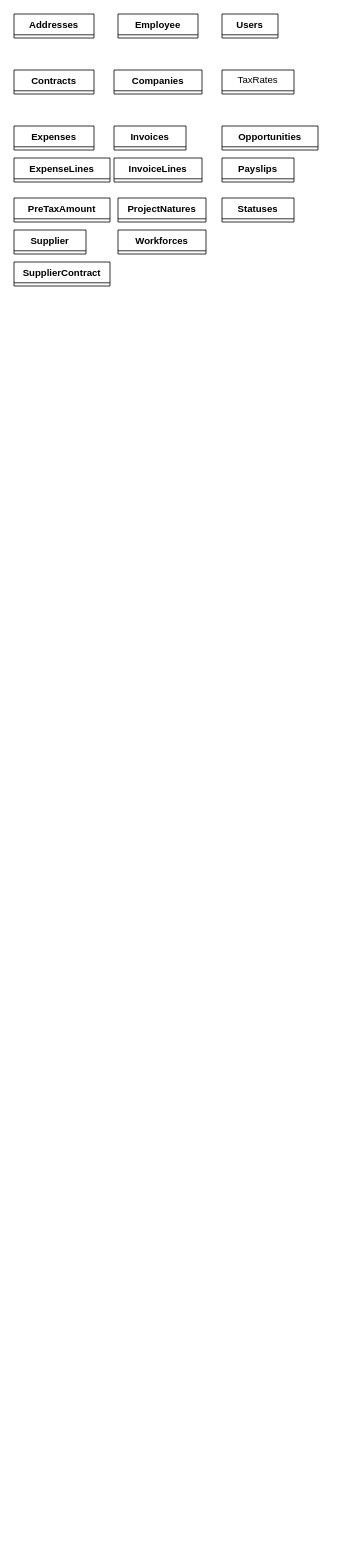
Earlier version of the draw.io diagram Diagramme sans nom.drawio (Eaulmesse/upit_erp_dev). Source tidied: cells renumbered, new cells numbered last; positions are measured from the earlier drawing's top-left corner, leaving out a move shared by most shapes. Both pictures are drawn from the tidied source at 80%, with x=0, y=0 at pixel (14, 14).
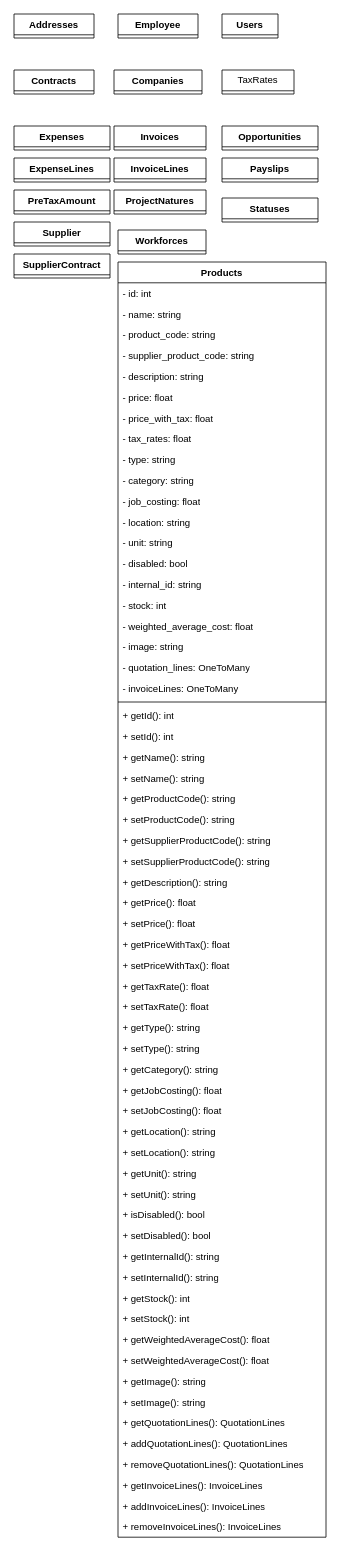
Above is the later version.

The edit, as a diff of the source:
```diff
@@
     <mxCell id="8" value="Expenses" style="swimlane;fontStyle=1;align=center;verticalAlign=top;horizontal=1;startSize=26;whiteSpace=wrap;html=1;" parent="1" vertex="1" collapsed="1">
-      <mxGeometry y="140" width="100" height="30" as="geometry" />
+      <mxGeometry y="140" width="120" height="30" as="geometry" />
     </mxCell>
@@
     <mxCell id="10" value="Invoices" style="swimlane;fontStyle=1;align=center;verticalAlign=top;horizontal=1;startSize=26;whiteSpace=wrap;html=1;" parent="1" vertex="1" collapsed="1">
-      <mxGeometry x="125" y="140" width="90" height="30" as="geometry" />
+      <mxGeometry x="125" y="140" width="115" height="30" as="geometry" />
     </mxCell>
     <mxCell id="11" value="InvoiceLines" style="swimlane;fontStyle=1;align=center;verticalAlign=top;horizontal=1;startSize=26;whiteSpace=wrap;html=1;" parent="1" vertex="1" collapsed="1">
-      <mxGeometry x="125" y="180" width="110" height="30" as="geometry" />
+      <mxGeometry x="125" y="180" width="115" height="30" as="geometry" />
     </mxCell>
@@
     <mxCell id="13" value="Payslips" style="swimlane;fontStyle=1;align=center;verticalAlign=top;horizontal=1;startSize=26;whiteSpace=wrap;html=1;" parent="1" vertex="1" collapsed="1">
-      <mxGeometry x="260" y="180" width="90" height="30" as="geometry" />
+      <mxGeometry x="260" y="180" width="120" height="30" as="geometry" />
     </mxCell>
     <mxCell id="14" value="PreTaxAmount" style="swimlane;fontStyle=1;align=center;verticalAlign=top;horizontal=1;startSize=26;whiteSpace=wrap;html=1;" parent="1" vertex="1" collapsed="1">
-      <mxGeometry y="230" width="120" height="30" as="geometry" />
+      <mxGeometry y="220" width="120" height="30" as="geometry" />
     </mxCell>
     <mxCell id="15" value="ProjectNatures" style="swimlane;fontStyle=1;align=center;verticalAlign=top;horizontal=1;startSize=26;whiteSpace=wrap;html=1;" parent="1" vertex="1" collapsed="1">
-      <mxGeometry x="130" y="230" width="110" height="30" as="geometry" />
+      <mxGeometry x="125" y="220" width="115" height="30" as="geometry" />
     </mxCell>
     <mxCell id="16" value="Statuses" style="swimlane;fontStyle=1;align=center;verticalAlign=top;horizontal=1;startSize=26;whiteSpace=wrap;html=1;" parent="1" vertex="1" collapsed="1">
-      <mxGeometry x="260" y="230" width="90" height="30" as="geometry" />
+      <mxGeometry x="260" y="230" width="120" height="30" as="geometry" />
     </mxCell>
     <mxCell id="17" value="Supplier" style="swimlane;fontStyle=1;align=center;verticalAlign=top;horizontal=1;startSize=26;whiteSpace=wrap;html=1;" parent="1" vertex="1" collapsed="1">
-      <mxGeometry y="270" width="90" height="30" as="geometry" />
+      <mxGeometry y="260" width="120" height="30" as="geometry" />
     </mxCell>
@@
     <mxCell id="19" value="SupplierContract" style="swimlane;fontStyle=1;align=center;verticalAlign=top;horizontal=1;startSize=26;whiteSpace=wrap;html=1;" parent="1" vertex="1" collapsed="1">
-      <mxGeometry y="310" width="120" height="30" as="geometry" />
+      <mxGeometry y="300" width="120" height="30" as="geometry" />
     </mxCell>
+    <mxCell id="20" value="Products" style="swimlane;fontStyle=1;align=center;verticalAlign=top;horizontal=1;startSize=26;whiteSpace=wrap;html=1;" parent="1" vertex="1">
+      <mxGeometry x="130" y="310" width="260" height="1594" as="geometry" />
+    </mxCell>
+    <mxCell id="21" value="- id: int" style="text;strokeColor=none;fillColor=none;align=left;verticalAlign=top;spacingLeft=4;spacingRight=4;overflow=hidden;whiteSpace=wrap;html=1;" parent="20" vertex="1">
+      <mxGeometry y="26" width="260" height="26" as="geometry" />
+    </mxCell>
+    <mxCell id="22" value="- name: string" style="text;strokeColor=none;fillColor=none;align=left;verticalAlign=top;spacingLeft=4;spacingRight=4;overflow=hidden;whiteSpace=wrap;html=1;" parent="20" vertex="1">
+      <mxGeometry y="52" width="260" height="26" as="geometry" />
+    </mxCell>
+    <mxCell id="23" value="- product_code: string" style="text;strokeColor=none;fillColor=none;align=left;verticalAlign=top;spacingLeft=4;spacingRight=4;overflow=hidden;whiteSpace=wrap;html=1;" parent="20" vertex="1">
+      <mxGeometry y="78" width="260" height="26" as="geometry" />
+    </mxCell>
+    <mxCell id="24" value="- supplier_product_code: string" style="text;strokeColor=none;fillColor=none;align=left;verticalAlign=top;spacingLeft=4;spacingRight=4;overflow=hidden;whiteSpace=wrap;html=1;" parent="20" vertex="1">
+      <mxGeometry y="104" width="260" height="26" as="geometry" />
+    </mxCell>
+    <mxCell id="25" value="- description: string" style="text;strokeColor=none;fillColor=none;align=left;verticalAlign=top;spacingLeft=4;spacingRight=4;overflow=hidden;whiteSpace=wrap;html=1;" parent="20" vertex="1">
+      <mxGeometry y="130" width="260" height="26" as="geometry" />
+    </mxCell>
+    <mxCell id="26" value="- price: float" style="text;strokeColor=none;fillColor=none;align=left;verticalAlign=top;spacingLeft=4;spacingRight=4;overflow=hidden;whiteSpace=wrap;html=1;" parent="20" vertex="1">
+      <mxGeometry y="156" width="260" height="26" as="geometry" />
+    </mxCell>
+    <mxCell id="27" value="- price_with_tax: float" style="text;strokeColor=none;fillColor=none;align=left;verticalAlign=top;spacingLeft=4;spacingRight=4;overflow=hidden;whiteSpace=wrap;html=1;" parent="20" vertex="1">
+      <mxGeometry y="182" width="260" height="26" as="geometry" />
+    </mxCell>
+    <mxCell id="28" value="- tax_rates: float" style="text;strokeColor=none;fillColor=none;align=left;verticalAlign=top;spacingLeft=4;spacingRight=4;overflow=hidden;whiteSpace=wrap;html=1;" parent="20" vertex="1">
+      <mxGeometry y="208" width="260" height="26" as="geometry" />
+    </mxCell>
+    <mxCell id="29" value="- type: string" style="text;strokeColor=none;fillColor=none;align=left;verticalAlign=top;spacingLeft=4;spacingRight=4;overflow=hidden;whiteSpace=wrap;html=1;" parent="20" vertex="1">
+      <mxGeometry y="234" width="260" height="26" as="geometry" />
+    </mxCell>
+    <mxCell id="30" value="- category: string" style="text;strokeColor=none;fillColor=none;align=left;verticalAlign=top;spacingLeft=4;spacingRight=4;overflow=hidden;whiteSpace=wrap;html=1;" parent="20" vertex="1">
+      <mxGeometry y="260" width="260" height="26" as="geometry" />
+    </mxCell>
+    <mxCell id="31" value="- job_costing: float" style="text;strokeColor=none;fillColor=none;align=left;verticalAlign=top;spacingLeft=4;spacingRight=4;overflow=hidden;whiteSpace=wrap;html=1;" parent="20" vertex="1">
+      <mxGeometry y="286" width="260" height="26" as="geometry" />
+    </mxCell>
+    <mxCell id="32" value="- location: string" style="text;strokeColor=none;fillColor=none;align=left;verticalAlign=top;spacingLeft=4;spacingRight=4;overflow=hidden;whiteSpace=wrap;html=1;" parent="20" vertex="1">
+      <mxGeometry y="312" width="260" height="26" as="geometry" />
+    </mxCell>
+    <mxCell id="33" value="- unit: string" style="text;strokeColor=none;fillColor=none;align=left;verticalAlign=top;spacingLeft=4;spacingRight=4;overflow=hidden;whiteSpace=wrap;html=1;" parent="20" vertex="1">
+      <mxGeometry y="338" width="260" height="26" as="geometry" />
+    </mxCell>
+    <mxCell id="34" value="- disabled: bool" style="text;strokeColor=none;fillColor=none;align=left;verticalAlign=top;spacingLeft=4;spacingRight=4;overflow=hidden;whiteSpace=wrap;html=1;" parent="20" vertex="1">
+      <mxGeometry y="364" width="260" height="26" as="geometry" />
+    </mxCell>
+    <mxCell id="35" value="- internal_id: string" style="text;strokeColor=none;fillColor=none;align=left;verticalAlign=top;spacingLeft=4;spacingRight=4;overflow=hidden;whiteSpace=wrap;html=1;" parent="20" vertex="1">
+      <mxGeometry y="390" width="260" height="26" as="geometry" />
+    </mxCell>
+    <mxCell id="36" value="- stock: int" style="text;strokeColor=none;fillColor=none;align=left;verticalAlign=top;spacingLeft=4;spacingRight=4;overflow=hidden;whiteSpace=wrap;html=1;" parent="20" vertex="1">
+      <mxGeometry y="416" width="260" height="26" as="geometry" />
+    </mxCell>
+    <mxCell id="37" value="- weighted_average_cost: float" style="text;strokeColor=none;fillColor=none;align=left;verticalAlign=top;spacingLeft=4;spacingRight=4;overflow=hidden;whiteSpace=wrap;html=1;" parent="20" vertex="1">
+      <mxGeometry y="442" width="260" height="26" as="geometry" />
+    </mxCell>
+    <mxCell id="38" value="- image: string" style="text;strokeColor=none;fillColor=none;align=left;verticalAlign=top;spacingLeft=4;spacingRight=4;overflow=hidden;whiteSpace=wrap;html=1;" parent="20" vertex="1">
+      <mxGeometry y="468" width="260" height="26" as="geometry" />
+    </mxCell>
+    <mxCell id="39" value="- quotation_lines: OneToMany" style="text;strokeColor=none;fillColor=none;align=left;verticalAlign=top;spacingLeft=4;spacingRight=4;overflow=hidden;whiteSpace=wrap;html=1;" parent="20" vertex="1">
+      <mxGeometry y="494" width="260" height="26" as="geometry" />
+    </mxCell>
+    <mxCell id="40" value="- invoiceLines: OneToMany" style="text;strokeColor=none;fillColor=none;align=left;verticalAlign=top;spacingLeft=4;spacingRight=4;overflow=hidden;whiteSpace=wrap;html=1;" parent="20" vertex="1">
+      <mxGeometry y="520" width="260" height="26" as="geometry" />
+    </mxCell>
+    <mxCell id="41" style="line;strokeWidth=1;fillColor=none;align=left;verticalAlign=middle;spacingTop=-1;spacingLeft=3;spacingRight=3;labelPosition=right;strokeColor=inherit;" parent="20" vertex="1">
+      <mxGeometry y="546" width="260" height="8" as="geometry" />
+    </mxCell>
+    <mxCell id="42" value="+ getId(): int" style="text;strokeColor=none;fillColor=none;align=left;verticalAlign=top;spacingLeft=4;spacingRight=4;overflow=hidden;whiteSpace=wrap;html=1;" parent="20" vertex="1">
+      <mxGeometry y="554" width="260" height="26" as="geometry" />
+    </mxCell>
+    <mxCell id="43" value="+ setId(): int" style="text;strokeColor=none;fillColor=none;align=left;verticalAlign=top;spacingLeft=4;spacingRight=4;overflow=hidden;whiteSpace=wrap;html=1;" parent="20" vertex="1">
+      <mxGeometry y="580" width="260" height="26" as="geometry" />
+    </mxCell>
+    <mxCell id="44" value="+ getName(): string" style="text;strokeColor=none;fillColor=none;align=left;verticalAlign=top;spacingLeft=4;spacingRight=4;overflow=hidden;whiteSpace=wrap;html=1;" parent="20" vertex="1">
+      <mxGeometry y="606" width="260" height="26" as="geometry" />
+    </mxCell>
+    <mxCell id="45" value="+ setName(): string" style="text;strokeColor=none;fillColor=none;align=left;verticalAlign=top;spacingLeft=4;spacingRight=4;overflow=hidden;whiteSpace=wrap;html=1;" parent="20" vertex="1">
+      <mxGeometry y="632" width="260" height="26" as="geometry" />
+    </mxCell>
+    <mxCell id="46" value="+&amp;nbsp;getProductCode&lt;span style=&quot;background-color: initial;&quot;&gt;(): string&lt;/span&gt;" style="text;strokeColor=none;fillColor=none;align=left;verticalAlign=top;spacingLeft=4;spacingRight=4;overflow=hidden;whiteSpace=wrap;html=1;" parent="20" vertex="1">
+      <mxGeometry y="658" width="260" height="26" as="geometry" />
+    </mxCell>
+    <mxCell id="47" value="+ setProductCode&lt;span style=&quot;background-color: initial;&quot;&gt;(): string&lt;/span&gt;" style="text;strokeColor=none;fillColor=none;align=left;verticalAlign=top;spacingLeft=4;spacingRight=4;overflow=hidden;whiteSpace=wrap;html=1;" parent="20" vertex="1">
+      <mxGeometry y="684" width="260" height="26" as="geometry" />
+    </mxCell>
+    <mxCell id="48" value="+&amp;nbsp;getSupplierProductCode&lt;span style=&quot;background-color: initial;&quot;&gt;(): string&lt;/span&gt;" style="text;strokeColor=none;fillColor=none;align=left;verticalAlign=top;spacingLeft=4;spacingRight=4;overflow=hidden;whiteSpace=wrap;html=1;" parent="20" vertex="1">
+      <mxGeometry y="710" width="260" height="26" as="geometry" />
+    </mxCell>
+    <mxCell id="49" value="+ setSupplierProductCode&lt;span style=&quot;background-color: initial;&quot;&gt;(): string&lt;/span&gt;" style="text;strokeColor=none;fillColor=none;align=left;verticalAlign=top;spacingLeft=4;spacingRight=4;overflow=hidden;whiteSpace=wrap;html=1;" parent="20" vertex="1">
+      <mxGeometry y="736" width="260" height="26" as="geometry" />
+    </mxCell>
+    <mxCell id="50" value="+&amp;nbsp;getDescription&lt;span style=&quot;background-color: initial;&quot;&gt;(): string&lt;/span&gt;" style="text;strokeColor=none;fillColor=none;align=left;verticalAlign=top;spacingLeft=4;spacingRight=4;overflow=hidden;whiteSpace=wrap;html=1;" parent="20" vertex="1">
+      <mxGeometry y="762" width="260" height="26" as="geometry" />
+    </mxCell>
+    <mxCell id="51" value="+&amp;nbsp;getPrice&lt;span style=&quot;background-color: initial;&quot;&gt;(): float&lt;/span&gt;" style="text;strokeColor=none;fillColor=none;align=left;verticalAlign=top;spacingLeft=4;spacingRight=4;overflow=hidden;whiteSpace=wrap;html=1;" parent="20" vertex="1">
+      <mxGeometry y="788" width="260" height="26" as="geometry" />
+    </mxCell>
+    <mxCell id="52" value="+ setPrice&lt;span style=&quot;background-color: initial;&quot;&gt;(): float&lt;/span&gt;" style="text;strokeColor=none;fillColor=none;align=left;verticalAlign=top;spacingLeft=4;spacingRight=4;overflow=hidden;whiteSpace=wrap;html=1;" parent="20" vertex="1">
+      <mxGeometry y="814" width="260" height="26" as="geometry" />
+    </mxCell>
+    <mxCell id="53" value="+&amp;nbsp;getPriceWithTax&lt;span style=&quot;background-color: initial;&quot;&gt;(): float&lt;/span&gt;" style="text;strokeColor=none;fillColor=none;align=left;verticalAlign=top;spacingLeft=4;spacingRight=4;overflow=hidden;whiteSpace=wrap;html=1;" parent="20" vertex="1">
+      <mxGeometry y="840" width="260" height="26" as="geometry" />
+    </mxCell>
+    <mxCell id="54" value="+ setPriceWithTax&lt;span style=&quot;background-color: initial;&quot;&gt;(): float&lt;/span&gt;" style="text;strokeColor=none;fillColor=none;align=left;verticalAlign=top;spacingLeft=4;spacingRight=4;overflow=hidden;whiteSpace=wrap;html=1;" parent="20" vertex="1">
+      <mxGeometry y="866" width="260" height="26" as="geometry" />
+    </mxCell>
+    <mxCell id="55" value="+&amp;nbsp;getTaxRate&lt;span style=&quot;background-color: initial;&quot;&gt;(): float&lt;/span&gt;" style="text;strokeColor=none;fillColor=none;align=left;verticalAlign=top;spacingLeft=4;spacingRight=4;overflow=hidden;whiteSpace=wrap;html=1;" parent="20" vertex="1">
+      <mxGeometry y="892" width="260" height="26" as="geometry" />
+    </mxCell>
+    <mxCell id="56" value="+ setTaxRate&lt;span style=&quot;background-color: initial;&quot;&gt;(): float&lt;/span&gt;" style="text;strokeColor=none;fillColor=none;align=left;verticalAlign=top;spacingLeft=4;spacingRight=4;overflow=hidden;whiteSpace=wrap;html=1;" parent="20" vertex="1">
+      <mxGeometry y="918" width="260" height="26" as="geometry" />
+    </mxCell>
+    <mxCell id="57" value="+&amp;nbsp;getType&lt;span style=&quot;background-color: initial;&quot;&gt;(): string&lt;/span&gt;" style="text;strokeColor=none;fillColor=none;align=left;verticalAlign=top;spacingLeft=4;spacingRight=4;overflow=hidden;whiteSpace=wrap;html=1;" parent="20" vertex="1">
+      <mxGeometry y="944" width="260" height="26" as="geometry" />
+    </mxCell>
+    <mxCell id="58" value="+ setType&lt;span style=&quot;background-color: initial;&quot;&gt;(): string&lt;/span&gt;" style="text;strokeColor=none;fillColor=none;align=left;verticalAlign=top;spacingLeft=4;spacingRight=4;overflow=hidden;whiteSpace=wrap;html=1;" parent="20" vertex="1">
+      <mxGeometry y="970" width="260" height="26" as="geometry" />
+    </mxCell>
+    <mxCell id="59" value="+&amp;nbsp;getCategory&lt;span style=&quot;background-color: initial;&quot;&gt;(): string&lt;/span&gt;" style="text;strokeColor=none;fillColor=none;align=left;verticalAlign=top;spacingLeft=4;spacingRight=4;overflow=hidden;whiteSpace=wrap;html=1;" parent="20" vertex="1">
+      <mxGeometry y="996" width="260" height="26" as="geometry" />
+    </mxCell>
+    <mxCell id="60" value="+&amp;nbsp;getJobCosting&lt;span style=&quot;background-color: initial;&quot;&gt;(): float&lt;/span&gt;" style="text;strokeColor=none;fillColor=none;align=left;verticalAlign=top;spacingLeft=4;spacingRight=4;overflow=hidden;whiteSpace=wrap;html=1;" parent="20" vertex="1">
+      <mxGeometry y="1022" width="260" height="26" as="geometry" />
+    </mxCell>
+    <mxCell id="61" value="+ setJobCosting&lt;span style=&quot;background-color: initial;&quot;&gt;(): float&lt;/span&gt;" style="text;strokeColor=none;fillColor=none;align=left;verticalAlign=top;spacingLeft=4;spacingRight=4;overflow=hidden;whiteSpace=wrap;html=1;" parent="20" vertex="1">
+      <mxGeometry y="1048" width="260" height="26" as="geometry" />
+    </mxCell>
+    <mxCell id="62" value="+&amp;nbsp;getLocation&lt;span style=&quot;background-color: initial;&quot;&gt;(): string&lt;/span&gt;" style="text;strokeColor=none;fillColor=none;align=left;verticalAlign=top;spacingLeft=4;spacingRight=4;overflow=hidden;whiteSpace=wrap;html=1;" parent="20" vertex="1">
+      <mxGeometry y="1074" width="260" height="26" as="geometry" />
+    </mxCell>
+    <mxCell id="63" value="+ setLocation&lt;span style=&quot;background-color: initial;&quot;&gt;(): string&lt;/span&gt;" style="text;strokeColor=none;fillColor=none;align=left;verticalAlign=top;spacingLeft=4;spacingRight=4;overflow=hidden;whiteSpace=wrap;html=1;" parent="20" vertex="1">
+      <mxGeometry y="1100" width="260" height="26" as="geometry" />
+    </mxCell>
+    <mxCell id="64" value="+&amp;nbsp;getUnit&lt;span style=&quot;background-color: initial;&quot;&gt;(): string&lt;/span&gt;" style="text;strokeColor=none;fillColor=none;align=left;verticalAlign=top;spacingLeft=4;spacingRight=4;overflow=hidden;whiteSpace=wrap;html=1;" parent="20" vertex="1">
+      <mxGeometry y="1126" width="260" height="26" as="geometry" />
+    </mxCell>
+    <mxCell id="65" value="+ setUnit&lt;span style=&quot;background-color: initial;&quot;&gt;(): string&lt;/span&gt;" style="text;strokeColor=none;fillColor=none;align=left;verticalAlign=top;spacingLeft=4;spacingRight=4;overflow=hidden;whiteSpace=wrap;html=1;" parent="20" vertex="1">
+      <mxGeometry y="1152" width="260" height="26" as="geometry" />
+    </mxCell>
+    <mxCell id="66" value="+&amp;nbsp;isDisabled&lt;span style=&quot;background-color: initial;&quot;&gt;(): bool&lt;/span&gt;" style="text;strokeColor=none;fillColor=none;align=left;verticalAlign=top;spacingLeft=4;spacingRight=4;overflow=hidden;whiteSpace=wrap;html=1;" parent="20" vertex="1">
+      <mxGeometry y="1178" width="260" height="26" as="geometry" />
+    </mxCell>
+    <mxCell id="67" value="+ setDisabled&lt;span style=&quot;background-color: initial;&quot;&gt;(): bool&lt;/span&gt;" style="text;strokeColor=none;fillColor=none;align=left;verticalAlign=top;spacingLeft=4;spacingRight=4;overflow=hidden;whiteSpace=wrap;html=1;" parent="20" vertex="1">
+      <mxGeometry y="1204" width="260" height="26" as="geometry" />
+    </mxCell>
+    <mxCell id="68" value="+&amp;nbsp;getInternalId&lt;span style=&quot;background-color: initial;&quot;&gt;(): string&lt;/span&gt;" style="text;strokeColor=none;fillColor=none;align=left;verticalAlign=top;spacingLeft=4;spacingRight=4;overflow=hidden;whiteSpace=wrap;html=1;" parent="20" vertex="1">
+      <mxGeometry y="1230" width="260" height="26" as="geometry" />
+    </mxCell>
+    <mxCell id="69" value="+ setInternalId&lt;span style=&quot;background-color: initial;&quot;&gt;(): string&lt;/span&gt;" style="text;strokeColor=none;fillColor=none;align=left;verticalAlign=top;spacingLeft=4;spacingRight=4;overflow=hidden;whiteSpace=wrap;html=1;" parent="20" vertex="1">
+      <mxGeometry y="1256" width="260" height="26" as="geometry" />
+    </mxCell>
+    <mxCell id="70" value="+&amp;nbsp;getStock&lt;span style=&quot;background-color: initial;&quot;&gt;(): int&lt;/span&gt;" style="text;strokeColor=none;fillColor=none;align=left;verticalAlign=top;spacingLeft=4;spacingRight=4;overflow=hidden;whiteSpace=wrap;html=1;" parent="20" vertex="1">
+      <mxGeometry y="1282" width="260" height="26" as="geometry" />
+    </mxCell>
+    <mxCell id="71" value="+ setStock&lt;span style=&quot;background-color: initial;&quot;&gt;(): int&lt;/span&gt;" style="text;strokeColor=none;fillColor=none;align=left;verticalAlign=top;spacingLeft=4;spacingRight=4;overflow=hidden;whiteSpace=wrap;html=1;" parent="20" vertex="1">
+      <mxGeometry y="1308" width="260" height="26" as="geometry" />
+    </mxCell>
+    <mxCell id="72" value="+&amp;nbsp;getWeightedAverageCost&lt;span style=&quot;background-color: initial;&quot;&gt;(): float&lt;/span&gt;" style="text;strokeColor=none;fillColor=none;align=left;verticalAlign=top;spacingLeft=4;spacingRight=4;overflow=hidden;whiteSpace=wrap;html=1;" parent="20" vertex="1">
+      <mxGeometry y="1334" width="260" height="26" as="geometry" />
+    </mxCell>
+    <mxCell id="73" value="+ setWeightedAverageCost&lt;span style=&quot;background-color: initial;&quot;&gt;(): float&lt;/span&gt;" style="text;strokeColor=none;fillColor=none;align=left;verticalAlign=top;spacingLeft=4;spacingRight=4;overflow=hidden;whiteSpace=wrap;html=1;" parent="20" vertex="1">
+      <mxGeometry y="1360" width="260" height="26" as="geometry" />
+    </mxCell>
+    <mxCell id="74" value="+&amp;nbsp;getImage&lt;span style=&quot;background-color: initial;&quot;&gt;(): string&lt;/span&gt;" style="text;strokeColor=none;fillColor=none;align=left;verticalAlign=top;spacingLeft=4;spacingRight=4;overflow=hidden;whiteSpace=wrap;html=1;" parent="20" vertex="1">
+      <mxGeometry y="1386" width="260" height="26" as="geometry" />
+    </mxCell>
+    <mxCell id="75" value="+ setImage&lt;span style=&quot;background-color: initial;&quot;&gt;(): string&lt;/span&gt;" style="text;strokeColor=none;fillColor=none;align=left;verticalAlign=top;spacingLeft=4;spacingRight=4;overflow=hidden;whiteSpace=wrap;html=1;" parent="20" vertex="1">
+      <mxGeometry y="1412" width="260" height="26" as="geometry" />
+    </mxCell>
+    <mxCell id="76" value="+&amp;nbsp;getQuotationLines&lt;span style=&quot;background-color: initial;&quot;&gt;(): QuotationLines&lt;/span&gt;" style="text;strokeColor=none;fillColor=none;align=left;verticalAlign=top;spacingLeft=4;spacingRight=4;overflow=hidden;whiteSpace=wrap;html=1;" parent="20" vertex="1">
+      <mxGeometry y="1438" width="260" height="26" as="geometry" />
+    </mxCell>
+    <mxCell id="77" value="+ addQuotationLines&lt;span style=&quot;background-color: initial;&quot;&gt;(): QuotationLines&lt;/span&gt;" style="text;strokeColor=none;fillColor=none;align=left;verticalAlign=top;spacingLeft=4;spacingRight=4;overflow=hidden;whiteSpace=wrap;html=1;" parent="20" vertex="1">
+      <mxGeometry y="1464" width="260" height="26" as="geometry" />
+    </mxCell>
+    <mxCell id="78" value="+ removeQuotationLines&lt;span style=&quot;background-color: initial;&quot;&gt;(): QuotationLines&lt;/span&gt;" style="text;strokeColor=none;fillColor=none;align=left;verticalAlign=top;spacingLeft=4;spacingRight=4;overflow=hidden;whiteSpace=wrap;html=1;" parent="20" vertex="1">
+      <mxGeometry y="1490" width="260" height="26" as="geometry" />
+    </mxCell>
+    <mxCell id="79" value="+&amp;nbsp;getInvoiceLines&lt;span style=&quot;background-color: initial;&quot;&gt;(): InvoiceLines&lt;/span&gt;" style="text;strokeColor=none;fillColor=none;align=left;verticalAlign=top;spacingLeft=4;spacingRight=4;overflow=hidden;whiteSpace=wrap;html=1;" parent="20" vertex="1">
+      <mxGeometry y="1516" width="260" height="26" as="geometry" />
+    </mxCell>
+    <mxCell id="80" value="+ addInvoiceLines&lt;span style=&quot;background-color: initial;&quot;&gt;(): InvoiceLines&lt;/span&gt;" style="text;strokeColor=none;fillColor=none;align=left;verticalAlign=top;spacingLeft=4;spacingRight=4;overflow=hidden;whiteSpace=wrap;html=1;" parent="20" vertex="1">
+      <mxGeometry y="1542" width="260" height="26" as="geometry" />
+    </mxCell>
+    <mxCell id="81" value="+ removeInvoiceLines&lt;span style=&quot;background-color: initial;&quot;&gt;(): InvoiceLines&lt;/span&gt;" style="text;strokeColor=none;fillColor=none;align=left;verticalAlign=top;spacingLeft=4;spacingRight=4;overflow=hidden;whiteSpace=wrap;html=1;" parent="20" vertex="1">
+      <mxGeometry y="1568" width="260" height="26" as="geometry" />
+    </mxCell>
```
